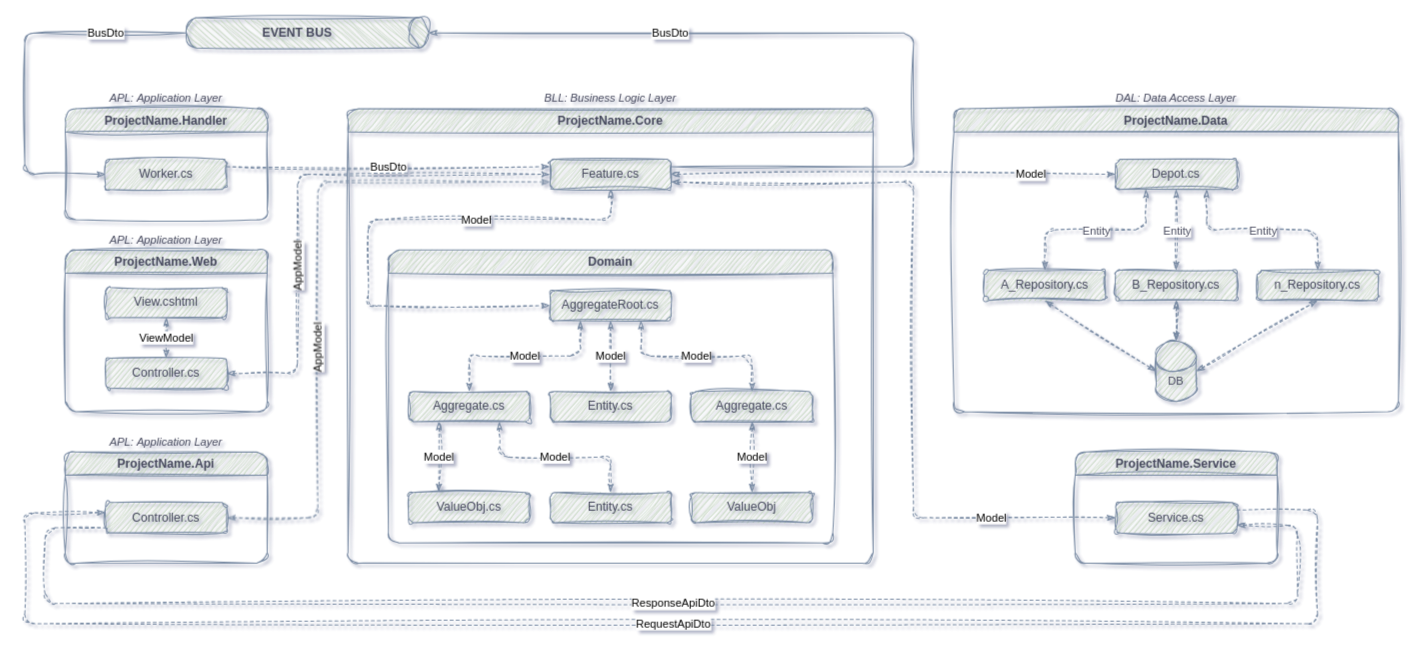
iDoctor1977/MicroServicesTemplate keeps this draw.io diagram as docs/Architecture.drawio. Above is the earlier version. Source tidied: cells renumbered, new cells numbered last; positions are measured from the earlier drawing's top-left corner, leaving out a move shared by most shapes. Both pictures are drawn from the tidied source at 101%, with x=0, y=0 at pixel (24, 17).
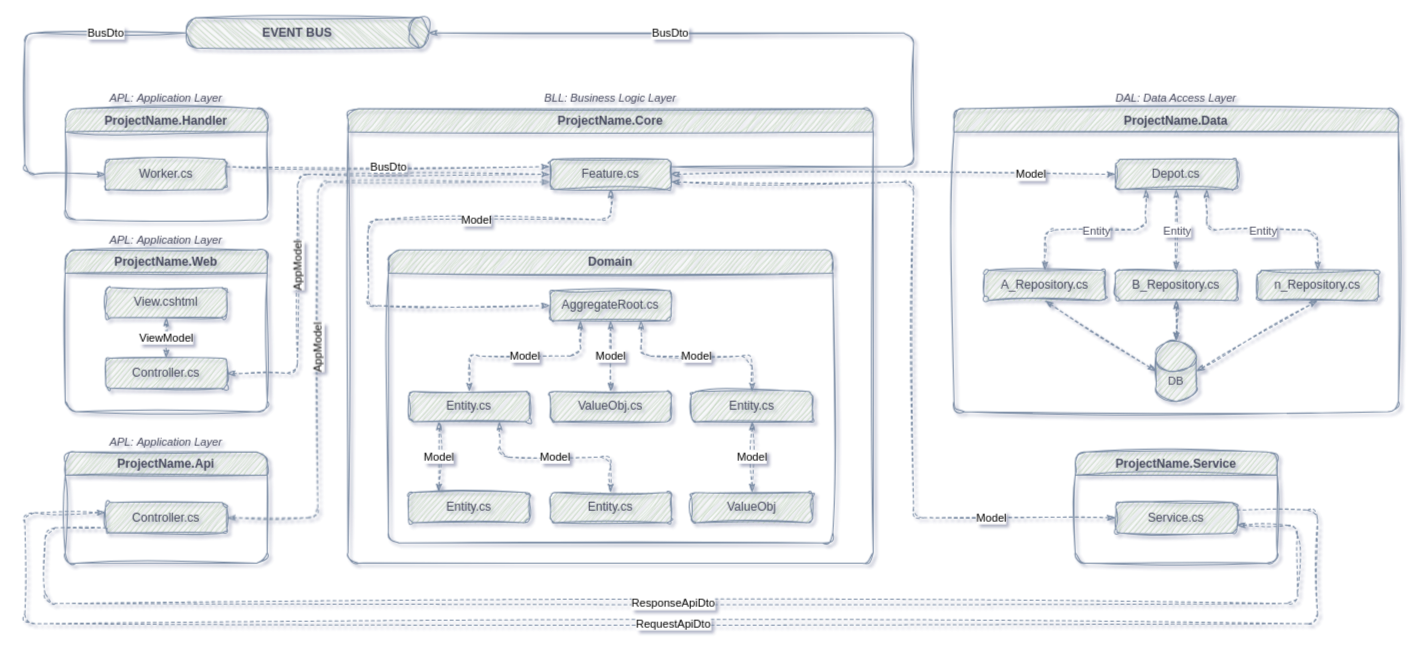
The same page after the edit.

The change refers to these unchanged cells:
```xml
<mxCell id="12" value="Domain" style="swimlane;whiteSpace=wrap;html=1;fillColor=#B2C9AB;strokeColor=#788AA3;labelBackgroundColor=none;fontColor=#46495D;rounded=1;fontFamily=Helvetica;align=center;labelPosition=center;verticalLabelPosition=middle;verticalAlign=middle;spacingLeft=0;swimlaneLine=1;sketch=1;curveFitting=1;jiggle=2;" parent="8" vertex="1">
  <mxGeometry x="40" y="140" width="440" height="290" as="geometry" />
</mxCell>
```

What changed in the source:
```diff
@@
-    <mxCell id="16" value="Entity.cs" style="rounded=1;whiteSpace=wrap;html=1;labelBackgroundColor=none;fillColor=#B2C9AB;strokeColor=#788AA3;fontColor=#46495D;fontFamily=Helvetica;sketch=1;curveFitting=1;jiggle=2;" parent="12" vertex="1">
+    <mxCell id="16" value="ValueObj.cs" style="rounded=1;whiteSpace=wrap;html=1;labelBackgroundColor=none;fillColor=#B2C9AB;strokeColor=#788AA3;fontColor=#46495D;fontFamily=Helvetica;sketch=1;curveFitting=1;jiggle=2;" parent="12" vertex="1">
       <mxGeometry x="160" y="140" width="120" height="30" as="geometry" />
     </mxCell>
@@
-    <mxCell id="18" value="Aggregate.cs" style="rounded=1;whiteSpace=wrap;html=1;labelBackgroundColor=none;fillColor=#B2C9AB;strokeColor=#788AA3;fontColor=#46495D;fontFamily=Helvetica;sketch=1;curveFitting=1;jiggle=2;" parent="12" vertex="1">
+    <mxCell id="18" value="Entity.cs" style="rounded=1;whiteSpace=wrap;html=1;labelBackgroundColor=none;fillColor=#B2C9AB;strokeColor=#788AA3;fontColor=#46495D;fontFamily=Helvetica;sketch=1;curveFitting=1;jiggle=2;" parent="12" vertex="1">
       <mxGeometry x="300" y="140" width="120" height="30" as="geometry" />
     </mxCell>
@@
-    <mxCell id="21" value="Aggregate.cs" style="rounded=1;whiteSpace=wrap;html=1;labelBackgroundColor=none;fillColor=#B2C9AB;strokeColor=#788AA3;fontColor=#46495D;fontFamily=Helvetica;sketch=1;curveFitting=1;jiggle=2;" parent="12" vertex="1">
+    <mxCell id="21" value="Entity.cs" style="rounded=1;whiteSpace=wrap;html=1;labelBackgroundColor=none;fillColor=#B2C9AB;strokeColor=#788AA3;fontColor=#46495D;fontFamily=Helvetica;sketch=1;curveFitting=1;jiggle=2;" parent="12" vertex="1">
       <mxGeometry x="20" y="140" width="120" height="30" as="geometry" />
     </mxCell>
@@
-    <mxCell id="23" value="ValueObj.cs" style="rounded=1;whiteSpace=wrap;html=1;labelBackgroundColor=none;fillColor=#B2C9AB;strokeColor=#788AA3;fontColor=#46495D;fontFamily=Helvetica;sketch=1;curveFitting=1;jiggle=2;" parent="12" vertex="1">
+    <mxCell id="23" value="Entity.cs" style="rounded=1;whiteSpace=wrap;html=1;labelBackgroundColor=none;fillColor=#B2C9AB;strokeColor=#788AA3;fontColor=#46495D;fontFamily=Helvetica;sketch=1;curveFitting=1;jiggle=2;" parent="12" vertex="1">
       <mxGeometry x="20" y="240" width="120" height="30" as="geometry" />
     </mxCell>
```
